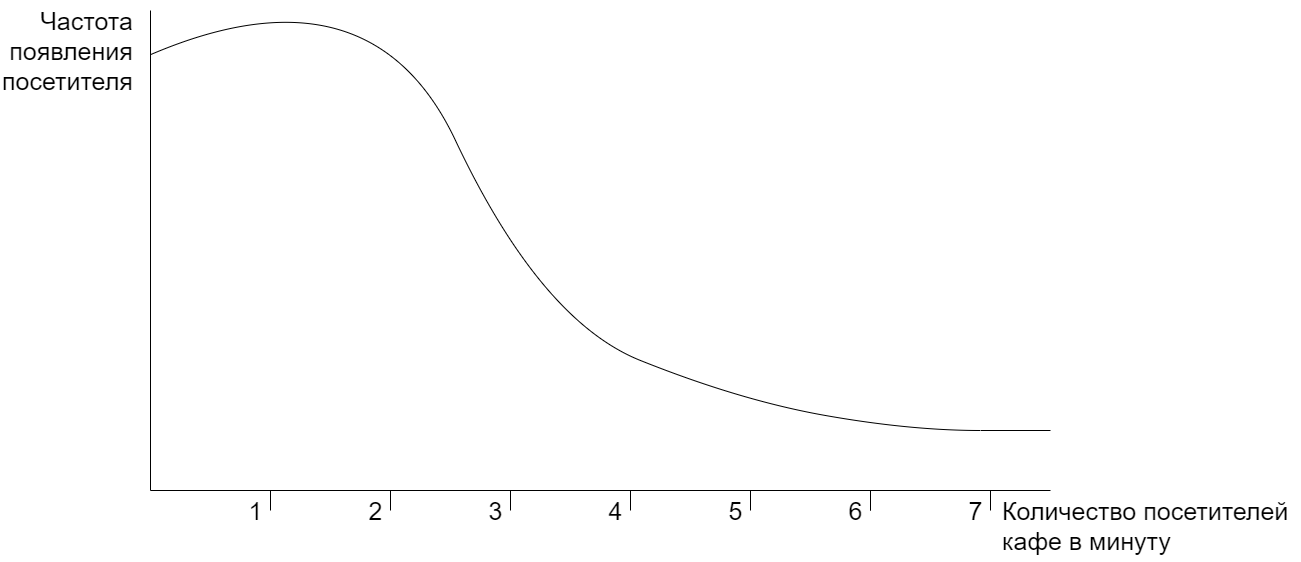
Before: images/1cafe.png, a diagram exported from draw.io (datasciencefefu/course). Source tidied: cells renumbered, new cells last; positions are measured from the earlier drawing's top-left corner, leaving out a move shared by most shapes.
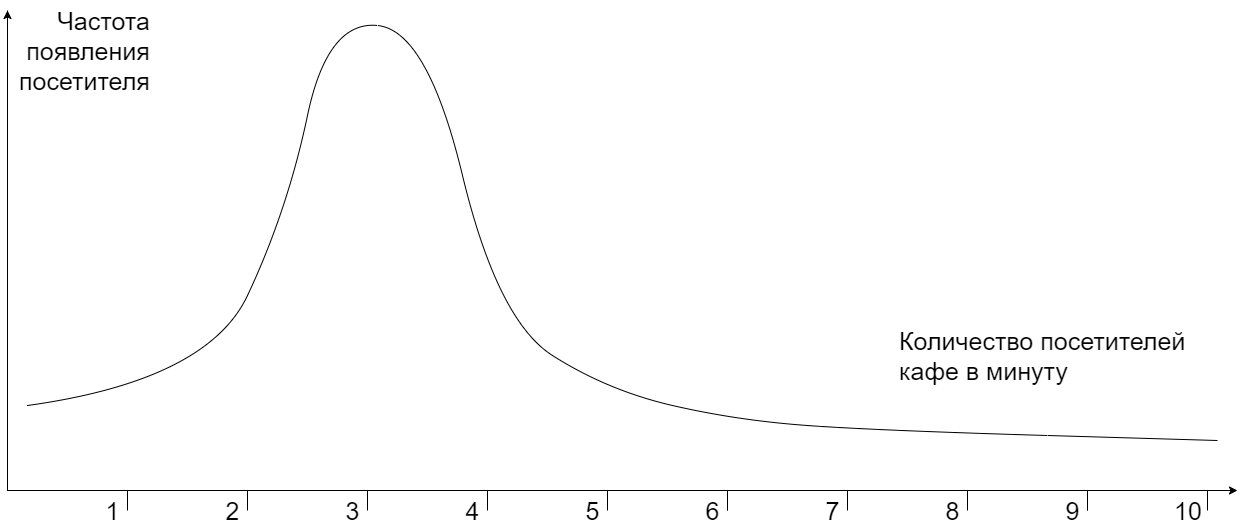
After the commit.

Diff of the diagram source:
```diff
@@ -3,7 +3,7 @@
     <mxCell id="0" />
     <mxCell id="1" parent="0" />
     <mxCell id="2" style="shape=partialRectangle;whiteSpace=wrap;html=1;bottom=0;right=0;fillColor=none;rotation=-180;flipV=0;flipH=1;" parent="1" vertex="1">
-      <mxGeometry x="150" y="50" width="900" height="480" as="geometry" />
+      <mxGeometry x="150" y="50" width="1210" height="480" as="geometry" />
     </mxCell>
     <mxCell id="3" style="shape=partialRectangle;whiteSpace=wrap;html=1;top=0;bottom=0;fillColor=none;" parent="1" vertex="1">
       <mxGeometry x="270" y="530" width="120" height="20" as="geometry" />
@@ -17,14 +17,20 @@
     <mxCell id="6" style="shape=partialRectangle;whiteSpace=wrap;html=1;top=0;bottom=0;fillColor=none;" parent="1" vertex="1">
       <mxGeometry x="870" y="530" width="120" height="20" as="geometry" />
     </mxCell>
-    <mxCell id="7" style="curved=1;endArrow=none;html=1;endFill=0;exitX=0;exitY=0.908;exitDx=0;exitDy=0;exitPerimeter=0;" parent="1" edge="1" source="2" target="2">
+    <mxCell id="7" style="curved=1;endArrow=none;html=1;endFill=0;" parent="1" edge="1">
       <mxGeometry relative="1" as="geometry">
+        <mxPoint x="170" y="445" as="sourcePoint" />
+        <mxPoint x="1360" y="480" as="targetPoint" />
         <Array as="points">
-          <mxPoint x="370" />
-          <mxPoint x="540" y="360" />
-          <mxPoint x="740" y="440" />
-          <mxPoint x="910" y="470" />
-          <mxPoint x="1050" y="470" />
+          <mxPoint x="350" y="420" />
+          <mxPoint x="430" y="250" />
+          <mxPoint x="470" y="60" />
+          <mxPoint x="570" y="70" />
+          <mxPoint x="640" y="360" />
+          <mxPoint x="750" y="430" />
+          <mxPoint x="880" y="460" />
+          <mxPoint x="1020" y="470" />
+          <mxPoint x="1360" y="480" />
         </Array>
       </mxGeometry>
     </mxCell>
@@ -50,10 +56,34 @@
       <mxGeometry x="960" y="530" width="30" height="40" as="geometry" />
     </mxCell>
     <mxCell id="15" value="&lt;div&gt;&lt;span&gt;Количество посетителей&lt;/span&gt;&lt;/div&gt;&lt;div&gt;&lt;span&gt;кафе в минуту&lt;/span&gt;&lt;/div&gt;" style="text;html=1;align=left;verticalAlign=middle;fontSize=25;" parent="1" vertex="1">
-      <mxGeometry x="1000" y="530" width="300" height="70" as="geometry" />
+      <mxGeometry x="1040" y="360" width="300" height="70" as="geometry" />
     </mxCell>
     <mxCell id="16" value="&lt;div style=&quot;text-align: right&quot;&gt;&lt;span&gt;Частота&lt;/span&gt;&lt;/div&gt;&lt;div style=&quot;text-align: right&quot;&gt;&lt;span&gt;появления&lt;/span&gt;&lt;/div&gt;посетителя" style="text;html=1;align=left;verticalAlign=middle;fontSize=25;" parent="1" vertex="1">
-      <mxGeometry y="40" width="150" height="100" as="geometry" />
+      <mxGeometry x="160" y="40" width="150" height="100" as="geometry" />
     </mxCell>
+    <mxCell id="17" style="shape=partialRectangle;whiteSpace=wrap;html=1;top=0;bottom=0;fillColor=none;" parent="1" vertex="1">
+      <mxGeometry x="1110" y="530" width="120" height="20" as="geometry" />
+    </mxCell>
+    <mxCell id="18" value="8" style="text;html=1;align=center;verticalAlign=middle;fontSize=25;" parent="1" vertex="1">
+      <mxGeometry x="1080" y="530" width="30" height="40" as="geometry" />
+    </mxCell>
+    <mxCell id="19" value="9" style="text;html=1;align=center;verticalAlign=middle;fontSize=25;" parent="1" vertex="1">
+      <mxGeometry x="1200" y="530" width="30" height="40" as="geometry" />
+    </mxCell>
+    <mxCell id="20" style="shape=partialRectangle;whiteSpace=wrap;html=1;top=0;bottom=0;fillColor=none;" parent="1" vertex="1">
+      <mxGeometry x="1230" y="530" width="120" height="20" as="geometry" />
+    </mxCell>
+    <mxCell id="21" value="10" style="text;html=1;align=left;verticalAlign=middle;fontSize=25;" parent="1" vertex="1">
+      <mxGeometry x="1315" y="530" width="40" height="40" as="geometry" />
+    </mxCell>
+    <mxCell id="22" style="endArrow=classic;html=1;exitX=1;exitY=0;exitDx=0;exitDy=0;entryX=1;entryY=1;entryDx=0;entryDy=0;" parent="1" edge="1" source="2" target="2">
+      <mxGeometry relative="1" as="geometry" />
+    </mxCell>
+    <mxCell id="23" style="endArrow=classic;html=1;" parent="1" edge="1">
+      <mxGeometry relative="1" as="geometry">
+        <mxPoint x="150" y="530" as="sourcePoint" />
+        <mxPoint x="1380" y="530" as="targetPoint" />
+      </mxGeometry>
+    </mxCell>
   </root>
 </mxGraphModel>
```
